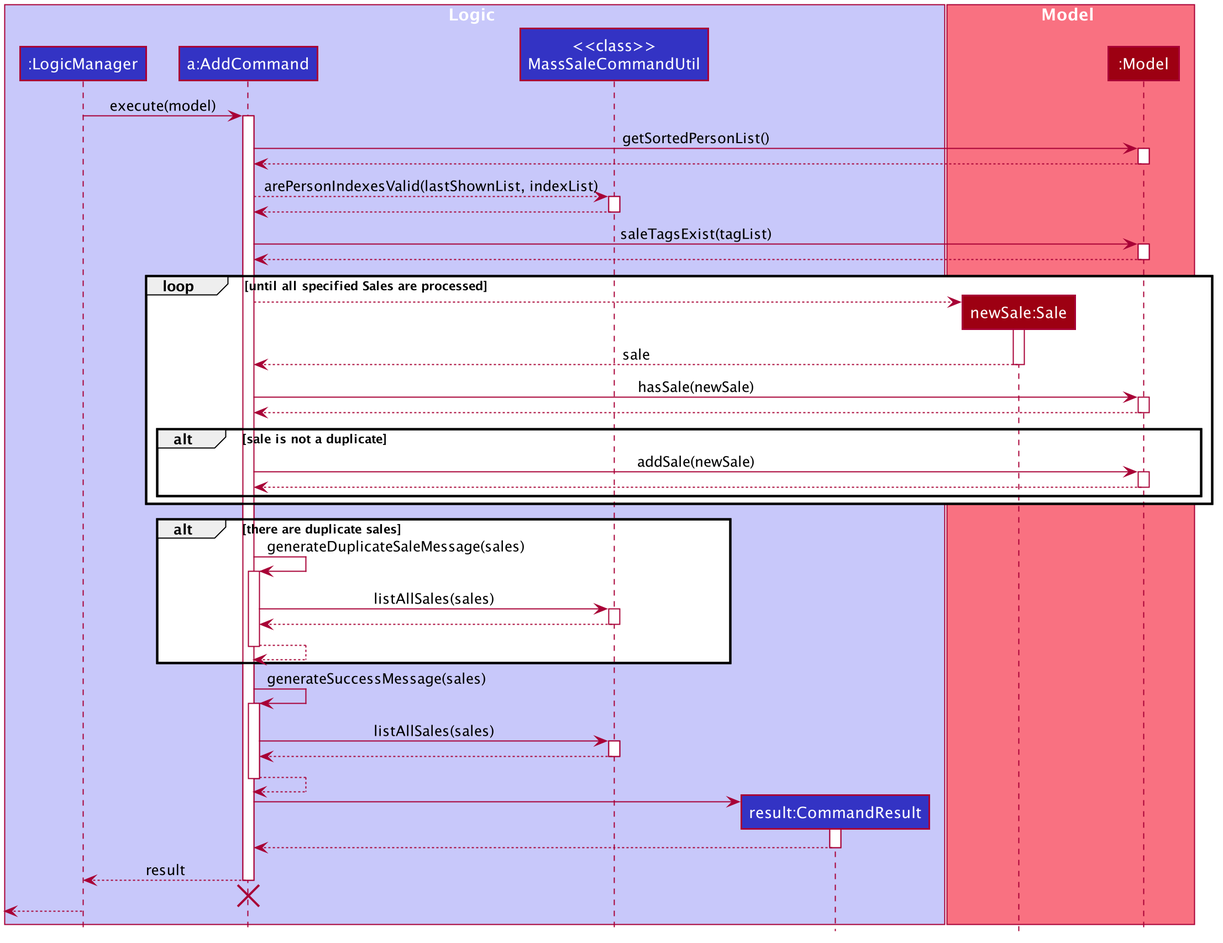
Before: docs/images/SaleExecuteAddSequenceDiagram.png, a diagram exported from PlantUML (sebastiantoh/tp).
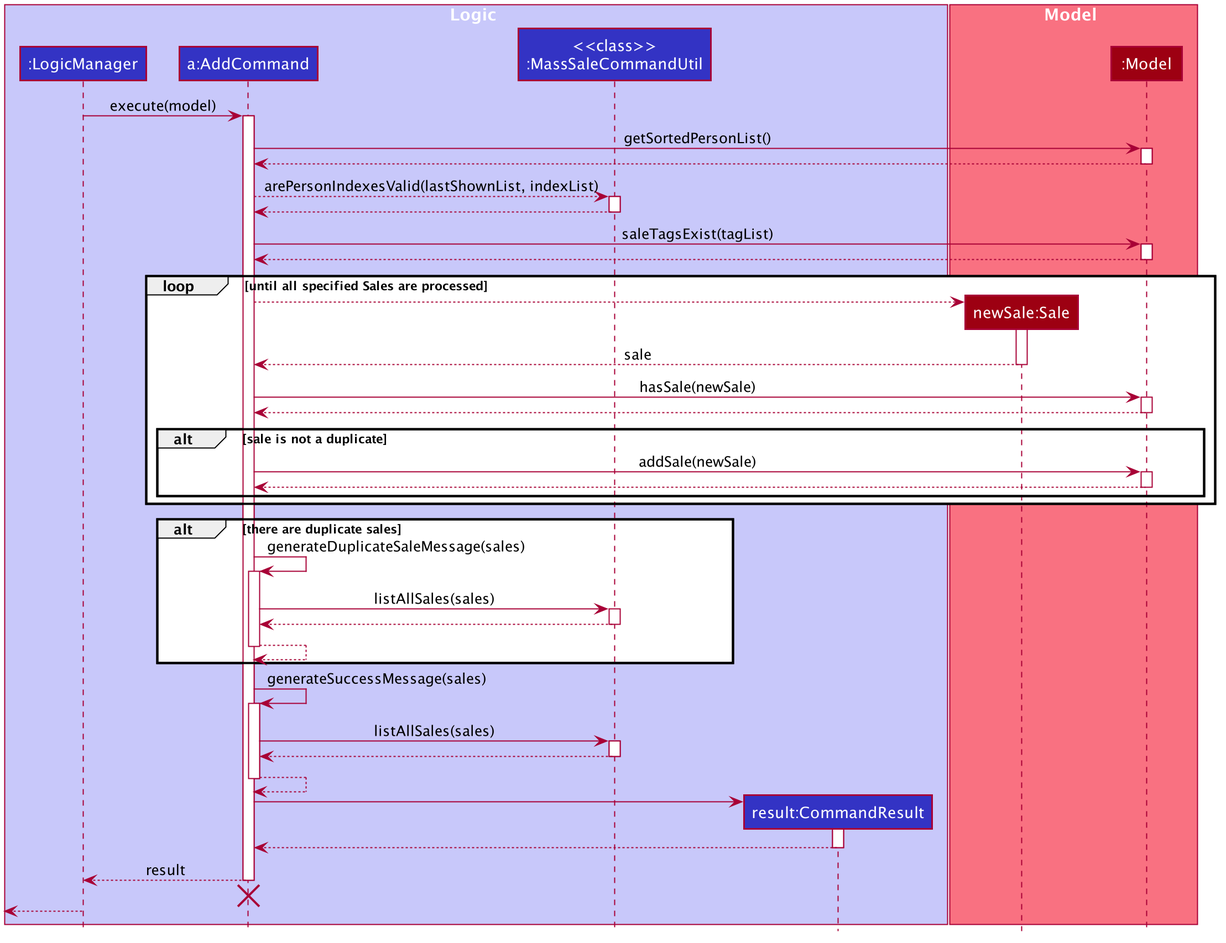
Later version of the same file.

Commit message:
Fix name in sequence diagram

What changed in the source:
```diff
@@ -53,7 +53,7 @@
 box Logic #C8C8FA
 participant ":LogicManager" as LogicManager #3333C4
 participant "a:AddCommand" as AddCommand #3333C4
-participant "<<class>>\nMassSaleCommandUtil" as MassSaleCommandUtil #3333C4
+participant "<<class>>\n:MassSaleCommandUtil" as MassSaleCommandUtil #3333C4
 participant "result:CommandResult" as CommandResult #3333C4
 end box
 
```
